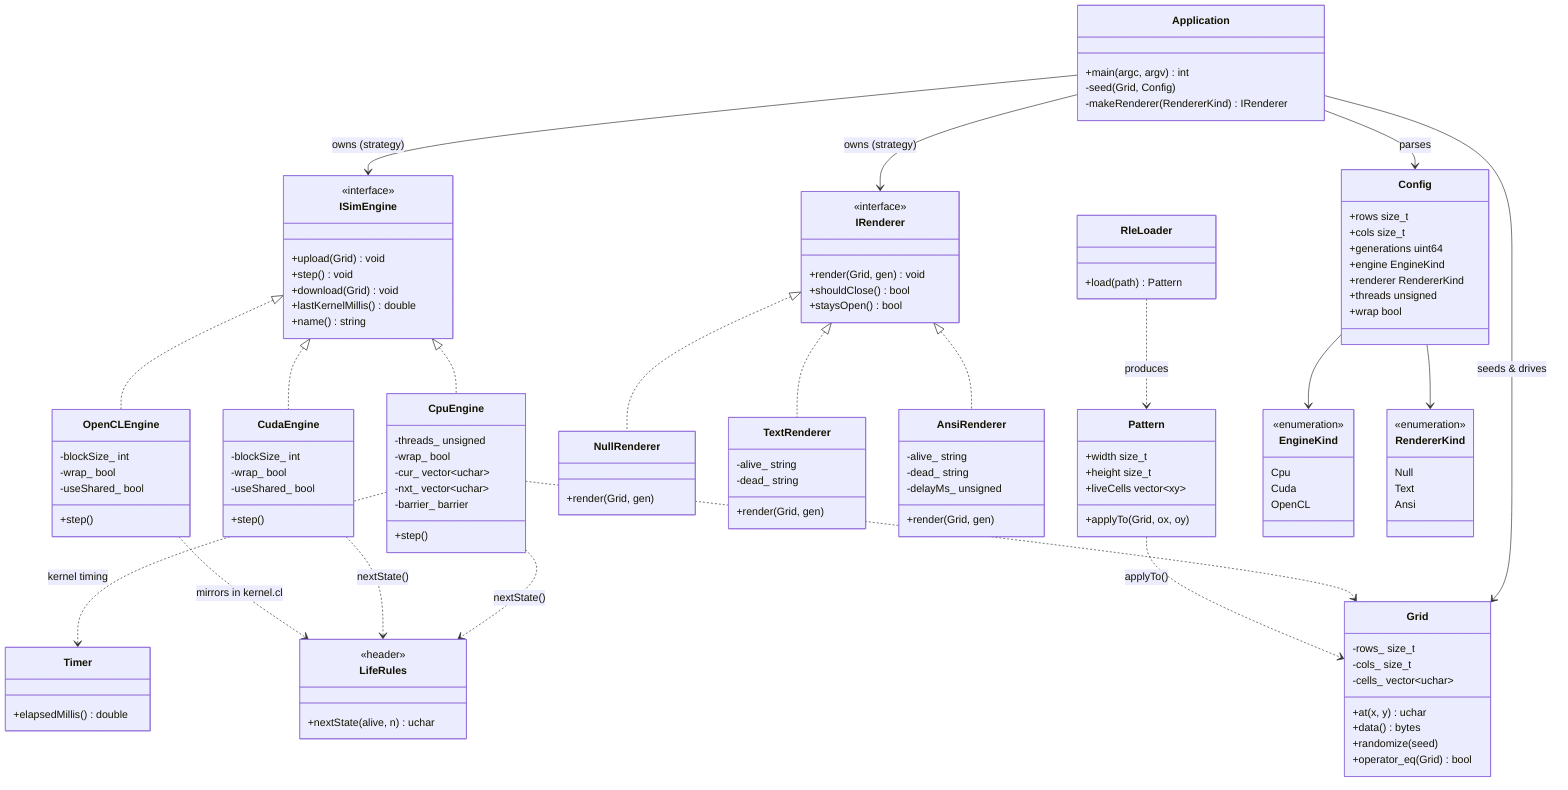
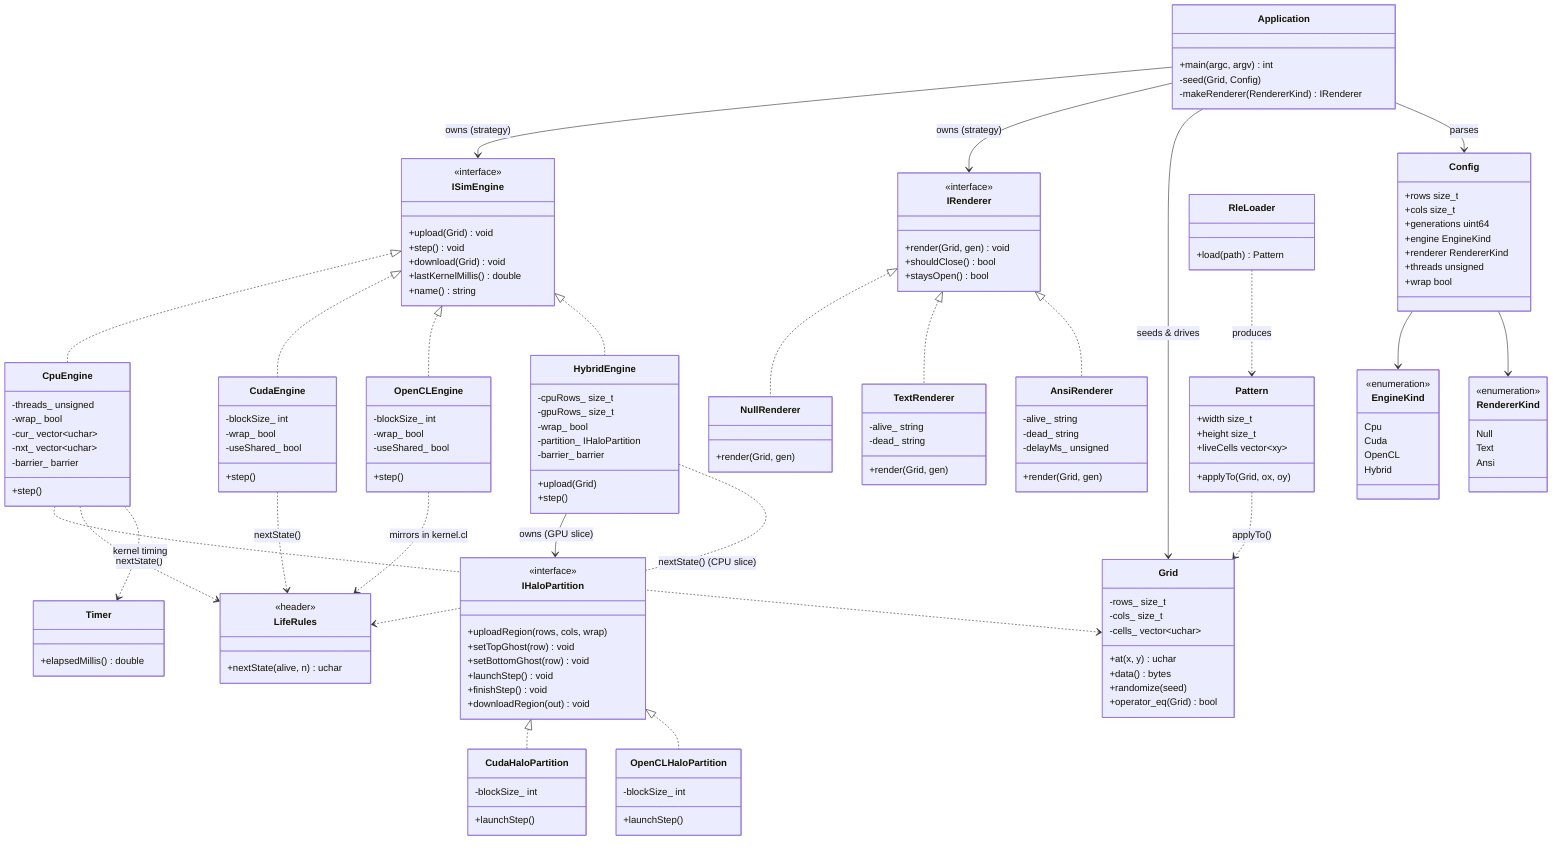
%% Game of Life (CPU / CUDA / OpenCL) -- architecture & strategy pattern.
%% Source of truth for the UML; render with mermaid-cli (mmdc).
%% NOTE: -c mermaid-config.json sets htmlLabels:false so the SVG uses native
%% <text> (not <foreignObject>); without it rsvg-convert produces a text-less PDF.
%%   mmdc -i report/diagrams/architecture.mmd -o report/img/uml_architecture.svg \
%%        -p report/diagrams/puppeteer.json -c report/diagrams/mermaid-config.json -b white -t neutral
%%   rsvg-convert -f pdf -o report/img/uml_architecture.pdf report/img/uml_architecture.svg
%%   mmdc -i report/diagrams/architecture.mmd -o report/img/uml_architecture.png \
%%        -p report/diagrams/puppeteer.json -c report/diagrams/mermaid-config.json -b white -t neutral -s 3
classDiagram
  direction TB

  class Application {
    +main(argc, argv) int
    -seed(Grid, Config)
    -makeRenderer(RendererKind) IRenderer
  }

  class ISimEngine {
    <<interface>>
    +upload(Grid) void
    +step() void
    +download(Grid) void
    +lastKernelMillis() double
    +name() string
  }
  class IRenderer {
    <<interface>>
    +render(Grid, gen) void
    +shouldClose() bool
    +staysOpen() bool
  }

  class CpuEngine {
    -threads_ unsigned
    -wrap_ bool
    -cur_ vector~uchar~
    -nxt_ vector~uchar~
    -barrier_ barrier
    +step()
  }
  class CudaEngine {
    -blockSize_ int
    -wrap_ bool
    -useShared_ bool
    +step()
  }
  class OpenCLEngine {
    -blockSize_ int
    -wrap_ bool
    -useShared_ bool
    +step()
+   }
+   class HybridEngine {
+     -cpuRows_ size_t
+     -gpuRows_ size_t
+     -wrap_ bool
+     -partition_ IHaloPartition
+     -barrier_ barrier
+     +upload(Grid)
+     +step()
+   }
+   class IHaloPartition {
+     <<interface>>
+     +uploadRegion(rows, cols, wrap)
+     +setTopGhost(row) void
+     +setBottomGhost(row) void
+     +launchStep() void
+     +finishStep() void
+     +downloadRegion(out) void
+   }
+   class CudaHaloPartition {
+     -blockSize_ int
+     +launchStep()
+   }
+   class OpenCLHaloPartition {
+     -blockSize_ int
+     +launchStep()
  }

  class NullRenderer {
    +render(Grid, gen)
  }
  class TextRenderer {
    -alive_ string
    -dead_ string
    +render(Grid, gen)
  }
  class AnsiRenderer {
    -alive_ string
    -dead_ string
    -delayMs_ unsigned
    +render(Grid, gen)
  }

  class Grid {
    -rows_ size_t
    -cols_ size_t
    -cells_ vector~uchar~
    +at(x, y) uchar
    +data() bytes
    +randomize(seed)
    +operator_eq(Grid) bool
  }
  class Config {
    +rows size_t
    +cols size_t
    +generations uint64
    +engine EngineKind
    +renderer RendererKind
    +threads unsigned
    +wrap bool
  }
  class Pattern {
    +width size_t
    +height size_t
    +liveCells vector~xy~
    +applyTo(Grid, ox, oy)
  }
  class RleLoader {
    +load(path) Pattern
  }
  class LifeRules {
    <<header>>
    +nextState(alive, n) uchar
  }
  class Timer {
    +elapsedMillis() double
  }
  class EngineKind {
    <<enumeration>>
    Cpu
    Cuda
    OpenCL
+     Hybrid
  }
  class RendererKind {
    <<enumeration>>
    Null
    Text
    Ansi
  }

  ISimEngine <|.. CpuEngine
  ISimEngine <|.. CudaEngine
  ISimEngine <|.. OpenCLEngine
+   ISimEngine <|.. HybridEngine
+   IHaloPartition <|.. CudaHaloPartition
+   IHaloPartition <|.. OpenCLHaloPartition
  IRenderer <|.. NullRenderer
  IRenderer <|.. TextRenderer
  IRenderer <|.. AnsiRenderer

  Application --> ISimEngine : owns (strategy)
  Application --> IRenderer : owns (strategy)
  Application --> Grid : seeds & drives
  Application --> Config : parses

  CpuEngine ..> Grid
  CpuEngine ..> LifeRules : nextState()
  CpuEngine ..> Timer : kernel timing
  CudaEngine ..> LifeRules : nextState()
  OpenCLEngine ..> LifeRules : mirrors in kernel.cl
+   HybridEngine --> IHaloPartition : owns (GPU slice)
+   HybridEngine ..> LifeRules : nextState() (CPU slice)
  RleLoader ..> Pattern : produces
  Pattern ..> Grid : applyTo()
  Config --> EngineKind
  Config --> RendererKind
